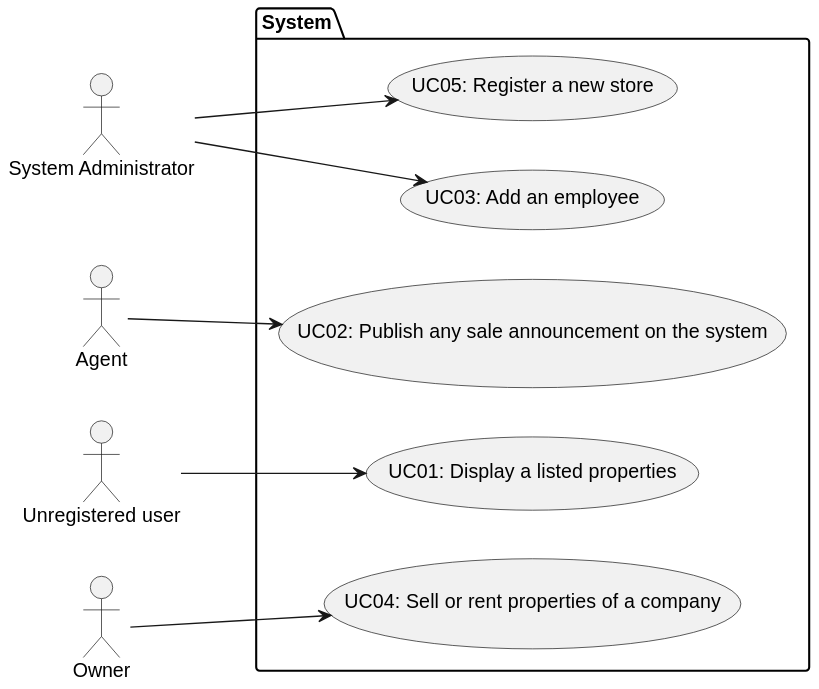
Earlier version of the PlantUML export docs/sprintA/global-artifacts/01.requirements-engineering/svg/use-case-diagram.svg (PureNimble/ISEP-LAPR2).
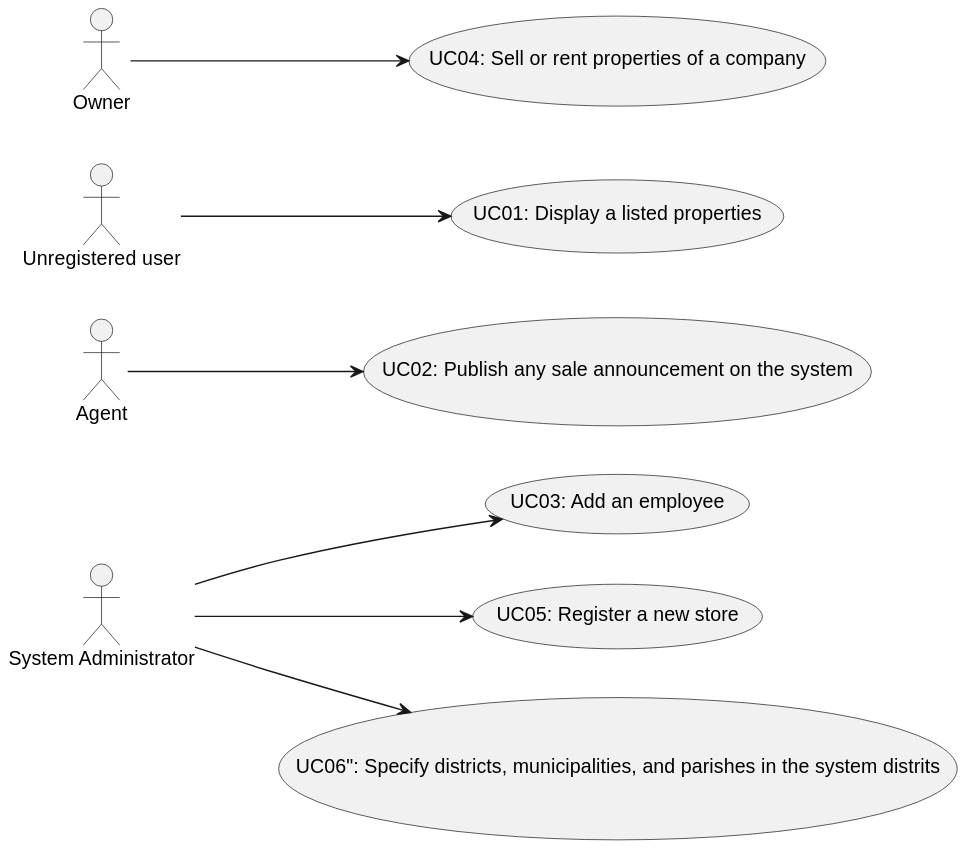
The same file after the commit.

What changed in the source:
```diff
@@ -6,19 +6,16 @@
  :Unregistered user: as user
  :Owner: as owner
 
-
- package System {
-
     usecase "UC01: Display a listed properties" as UC1
     usecase "UC02: Publish any sale announcement on the system" as UC2
     usecase "UC03: Add an employee" as UC3
     usecase "UC04: Sell or rent properties of a company" as UC4
     usecase "UC05: Register a new store" as UC5
-
- }
+    usecase "UC06": Specify districts, municipalities, and parishes in the system distrits" as UC6
 
  admin --> UC5
  admin --> UC3
+ admin --> UC6
 
  user --> UC1
 
```
